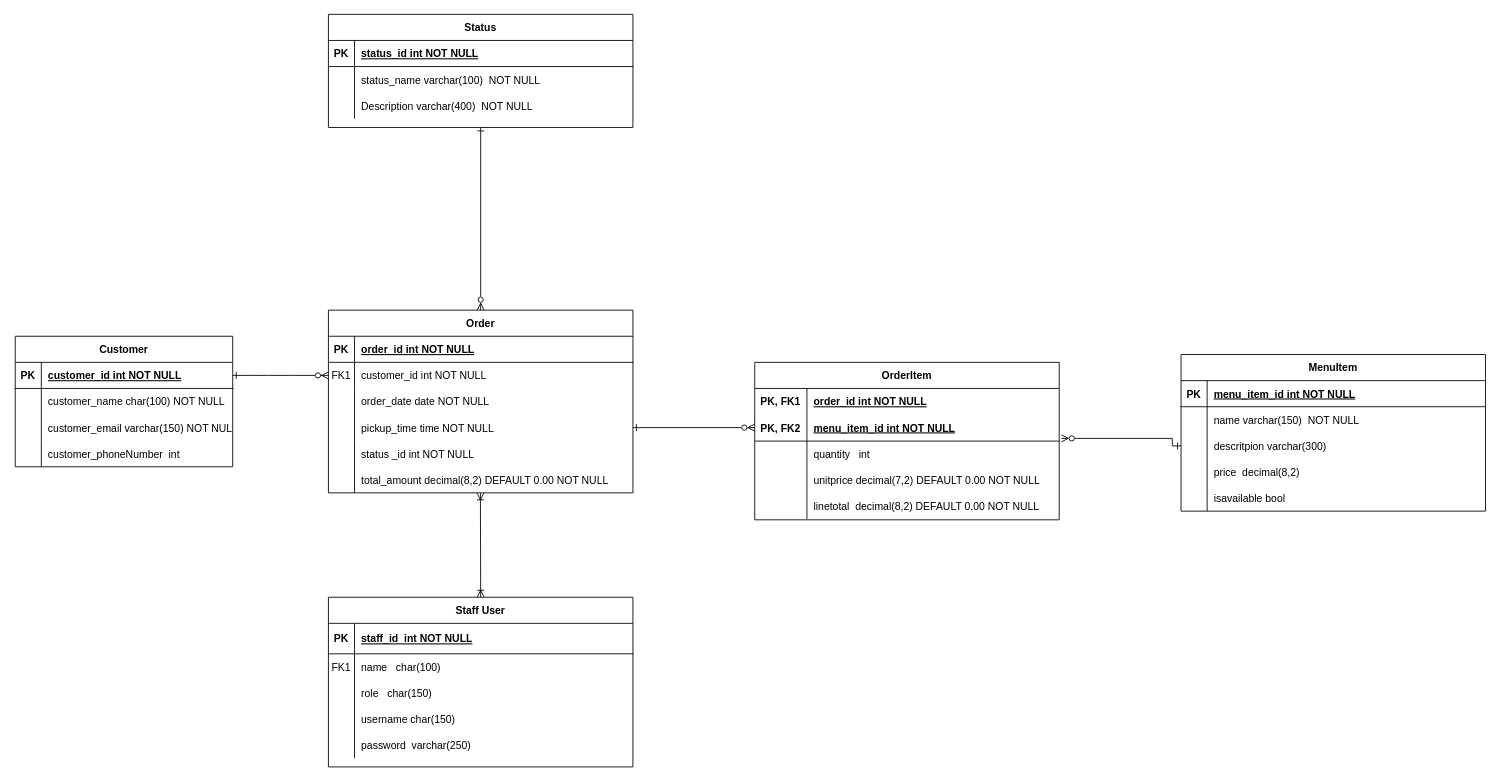
Before: updatedER_team2.drawio in DavidUmunna/Railway-backend-CSC8019, a draw.io diagram. Source tidied: cells renumbered, new cells numbered last; positions are measured from the earlier drawing's top-left corner, leaving out a move shared by most shapes. Both pictures are drawn from the tidied source at 87%, with x=0, y=0 at pixel (15, 14).
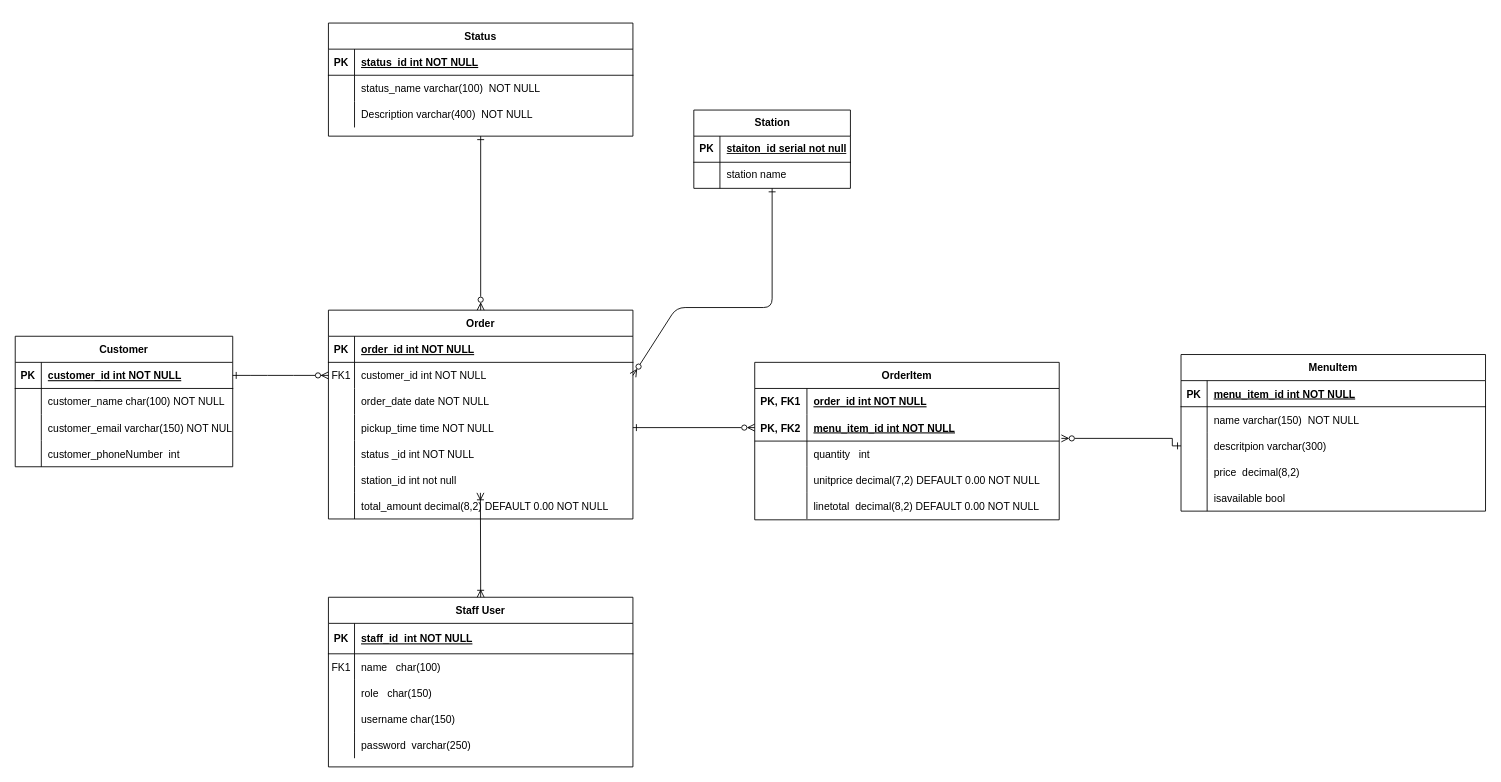
Above is the later version.

The change refers to these unchanged cells:
```xml
<mxCell id="7" style="shape=partialRectangle;fillColor=none;points=[[0,0.5],[1,0.5]];portConstraint=eastwest;top=0;left=0;right=0;bottom=0;" parent="3" vertex="1">
  <mxGeometry y="60" width="350" height="30" as="geometry" />
</mxCell>
```

Diff of the diagram source:
```diff
@@
     <mxCell id="3" value="Order" style="shape=table;startSize=30;childLayout=tableLayout;rowLines=0;fontStyle=1;align=center;" parent="1" vertex="1">
-      <mxGeometry x="360" y="340" width="350" height="210" as="geometry" />
+      <mxGeometry x="360" y="340" width="350" height="240" as="geometry" />
     </mxCell>
@@
+    <mxCell id="98" style="shape=partialRectangle;fillColor=none;top=0;left=0;right=0;bottom=0;" parent="3" vertex="1">
+      <mxGeometry y="180" width="350" height="30" as="geometry" />
+    </mxCell>
+    <mxCell id="99" style="shape=partialRectangle;overflow=hidden;fillColor=none;top=0;left=0;bottom=0;right=0;" parent="98" vertex="1">
+      <mxGeometry width="30" height="30" as="geometry" />
+    </mxCell>
+    <mxCell id="100" value="station_id int not null" style="shape=partialRectangle;overflow=hidden;fillColor=none;top=0;left=0;bottom=0;right=0;align=left;spacingLeft=6;" parent="98" vertex="1">
+      <mxGeometry x="30" width="320" height="30" as="geometry" />
+    </mxCell>
     <mxCell id="19" style="shape=partialRectangle;fillColor=none;top=0;left=0;right=0;bottom=0;" parent="3" vertex="1">
-      <mxGeometry y="180" width="350" height="30" as="geometry" />
+      <mxGeometry y="210" width="350" height="30" as="geometry" />
     </mxCell>
@@
     <mxCell id="35" value="Status" style="shape=table;startSize=30;childLayout=tableLayout;rowLines=0;fontStyle=1;align=center;" parent="1" vertex="1">
-      <mxGeometry x="360" width="350" height="130" as="geometry" />
+      <mxGeometry x="360" y="10" width="350" height="130" as="geometry" />
     </mxCell>
@@
+    <mxCell id="101" value="Station" style="shape=table;startSize=30;childLayout=tableLayout;rowLines=0;fontStyle=1;align=center;html=1;" parent="1" vertex="1">
+      <mxGeometry x="780" y="110" width="180" height="90" as="geometry" />
+    </mxCell>
+    <mxCell id="102" style="shape=tableRow;horizontal=0;startSize=0;swimlaneHead=0;swimlaneBody=0;fillColor=none;top=0;left=0;right=0;bottom=1;" parent="101" vertex="1">
+      <mxGeometry y="30" width="180" height="30" as="geometry" />
+    </mxCell>
+    <mxCell id="103" value="PK" style="shape=partialRectangle;fillColor=none;top=0;left=0;bottom=0;right=0;fontStyle=1;overflow=hidden;whiteSpace=wrap;html=1;" parent="102" vertex="1">
+      <mxGeometry width="30" height="30" as="geometry" />
+    </mxCell>
+    <mxCell id="104" value="staiton_id serial not null" style="shape=partialRectangle;fillColor=none;top=0;left=0;bottom=0;right=0;align=left;spacingLeft=6;fontStyle=5;overflow=hidden;whiteSpace=wrap;html=1;" parent="102" vertex="1">
+      <mxGeometry x="30" width="150" height="30" as="geometry" />
+    </mxCell>
+    <mxCell id="105" style="shape=tableRow;horizontal=0;startSize=0;swimlaneHead=0;swimlaneBody=0;fillColor=none;points=[[0,0.5],[1,0.5]];portConstraint=eastwest;top=0;left=0;right=0;bottom=0;" parent="101" vertex="1">
+      <mxGeometry y="60" width="180" height="30" as="geometry" />
+    </mxCell>
+    <mxCell id="106" style="shape=partialRectangle;fillColor=none;top=0;left=0;bottom=0;right=0;overflow=hidden;whiteSpace=wrap;html=1;" parent="105" vertex="1">
+      <mxGeometry width="30" height="30" as="geometry" />
+    </mxCell>
+    <mxCell id="107" value="station name" style="shape=partialRectangle;fillColor=none;top=0;left=0;bottom=0;right=0;align=left;spacingLeft=6;overflow=hidden;whiteSpace=wrap;html=1;" parent="105" vertex="1">
+      <mxGeometry x="30" width="150" height="30" as="geometry" />
+    </mxCell>
+    <mxCell id="108" style="edgeStyle=none;html=1;entryX=1;entryY=0.5;entryDx=0;entryDy=0;endArrow=ERzeroToMany;endFill=0;startArrow=ERone;startFill=0;" parent="1" edge="1" source="105" target="7">
+      <mxGeometry relative="1" as="geometry">
+        <Array as="points">
+          <mxPoint x="870" y="337" />
+          <mxPoint x="760" y="337" />
+        </Array>
+      </mxGeometry>
+    </mxCell>
```
